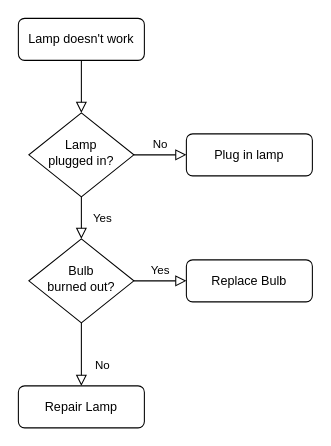
Earlier version of the draw.io diagram Untitled Diagram.drawio (itsthejdp/rehearsetwo). Source tidied: cells renumbered, new cells numbered last; positions are measured from the earlier drawing's top-left corner, leaving out a move shared by most shapes. Both pictures are drawn from the tidied source at 105%, with x=0, y=0 at pixel (18, 18).
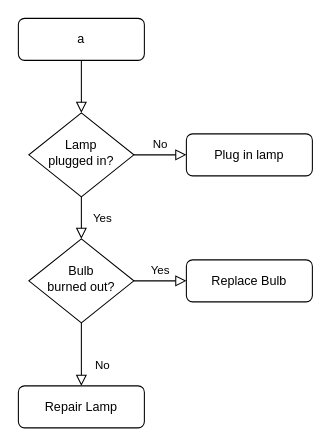
After the change.

Change to the diagram source:
```diff
@@
 <mxGraphModel>
   <root>
     <mxCell id="0" />
     <mxCell id="1" parent="0" />
     <mxCell id="2" style="rounded=0;html=1;jettySize=auto;fontSize=11;endArrow=block;endFill=0;endSize=8;strokeWidth=1;shadow=0;labelBackgroundColor=none;edgeStyle=orthogonalEdgeStyle;" parent="1" edge="1" source="3" target="6">
       <mxGeometry relative="1" as="geometry" />
     </mxCell>
-    <mxCell id="3" value="Lamp doesn't work" style="rounded=1;whiteSpace=wrap;html=1;fontSize=12;glass=0;strokeWidth=1;shadow=0;" parent="1" vertex="1">
+    <mxCell id="3" value="a" style="rounded=1;whiteSpace=wrap;html=1;fontSize=12;glass=0;strokeWidth=1;shadow=0;" parent="1" vertex="1">
       <mxGeometry width="120" height="40" as="geometry" />
     </mxCell>
     <mxCell id="4" value="Yes" style="rounded=0;html=1;jettySize=auto;fontSize=11;endArrow=block;endFill=0;endSize=8;strokeWidth=1;shadow=0;labelBackgroundColor=none;edgeStyle=orthogonalEdgeStyle;" parent="1" edge="1" source="6" target="10">
       <mxGeometry y="20" relative="1" as="geometry" />
     </mxCell>
     <mxCell id="5" value="No" style="edgeStyle=orthogonalEdgeStyle;rounded=0;html=1;jettySize=auto;fontSize=11;endArrow=block;endFill=0;endSize=8;strokeWidth=1;shadow=0;labelBackgroundColor=none;" parent="1" edge="1" source="6" target="7">
       <mxGeometry y="10" relative="1" as="geometry" />
     </mxCell>
     <mxCell id="6" value="Lamp&lt;br&gt;plugged in?" style="rhombus;whiteSpace=wrap;html=1;shadow=0;fontFamily=Helvetica;fontSize=12;align=center;strokeWidth=1;spacing=6;spacingTop=-4;" parent="1" vertex="1">
       <mxGeometry x="10" y="90" width="100" height="80" as="geometry" />
     </mxCell>
     <mxCell id="7" value="Plug in lamp" style="rounded=1;whiteSpace=wrap;html=1;fontSize=12;glass=0;strokeWidth=1;shadow=0;" parent="1" vertex="1">
       <mxGeometry x="160" y="110" width="120" height="40" as="geometry" />
     </mxCell>
     <mxCell id="8" value="No" style="rounded=0;html=1;jettySize=auto;fontSize=11;endArrow=block;endFill=0;endSize=8;strokeWidth=1;shadow=0;labelBackgroundColor=none;edgeStyle=orthogonalEdgeStyle;" parent="1" edge="1" source="10" target="11">
       <mxGeometry x="0.33" y="20" relative="1" as="geometry" />
     </mxCell>
     <mxCell id="9" value="Yes" style="edgeStyle=orthogonalEdgeStyle;rounded=0;html=1;jettySize=auto;fontSize=11;endArrow=block;endFill=0;endSize=8;strokeWidth=1;shadow=0;labelBackgroundColor=none;" parent="1" edge="1" source="10" target="12">
       <mxGeometry y="10" relative="1" as="geometry" />
     </mxCell>
     <mxCell id="10" value="Bulb&lt;br&gt;burned out?" style="rhombus;whiteSpace=wrap;html=1;shadow=0;fontFamily=Helvetica;fontSize=12;align=center;strokeWidth=1;spacing=6;spacingTop=-4;" parent="1" vertex="1">
       <mxGeometry x="10" y="210" width="100" height="80" as="geometry" />
     </mxCell>
     <mxCell id="11" value="Repair Lamp" style="rounded=1;whiteSpace=wrap;html=1;fontSize=12;glass=0;strokeWidth=1;shadow=0;" parent="1" vertex="1">
       <mxGeometry y="350" width="120" height="40" as="geometry" />
     </mxCell>
     <mxCell id="12" value="Replace Bulb" style="rounded=1;whiteSpace=wrap;html=1;fontSize=12;glass=0;strokeWidth=1;shadow=0;" parent="1" vertex="1">
       <mxGeometry x="160" y="230" width="120" height="40" as="geometry" />
     </mxCell>
   </root>
 </mxGraphModel>
```
